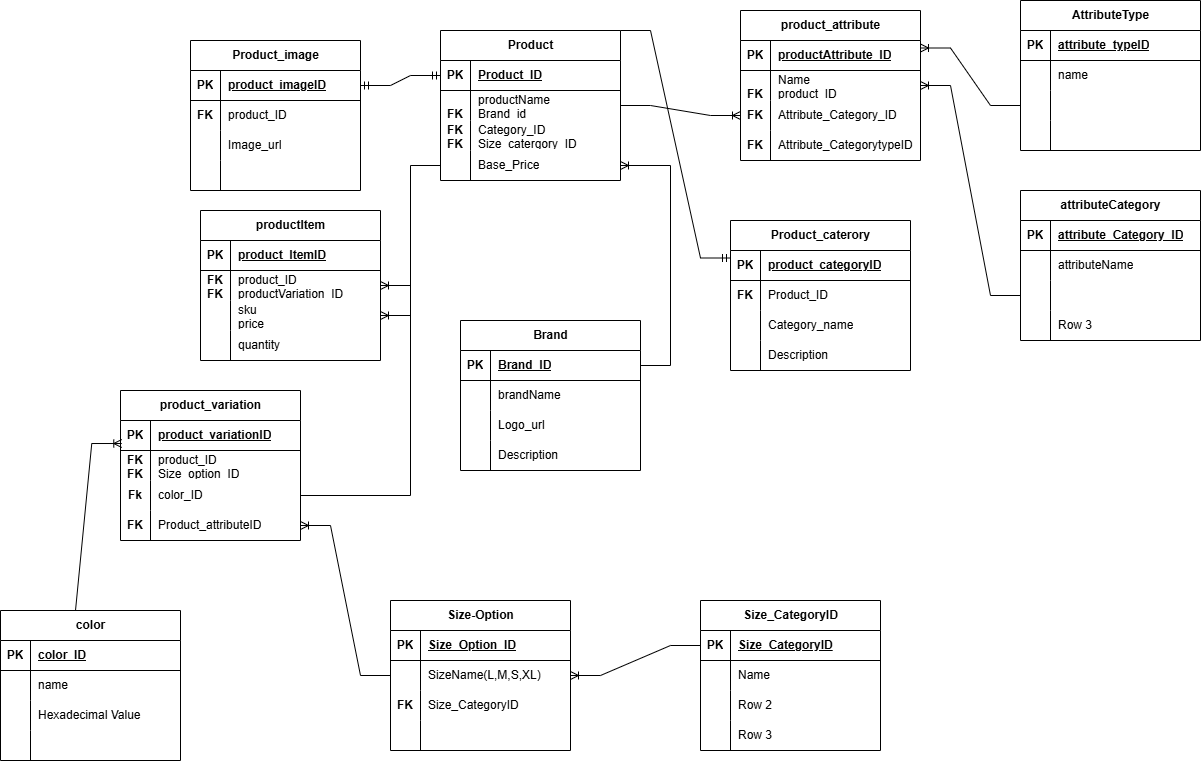
Before: assets/files/e-commerceERD.drawio.png, a diagram exported from draw.io (LisanzaTabby/LisanzaPortfolio). Source tidied: cells renumbered, new cells last; positions are measured from the earlier drawing's top-left corner, leaving out a move shared by most shapes.
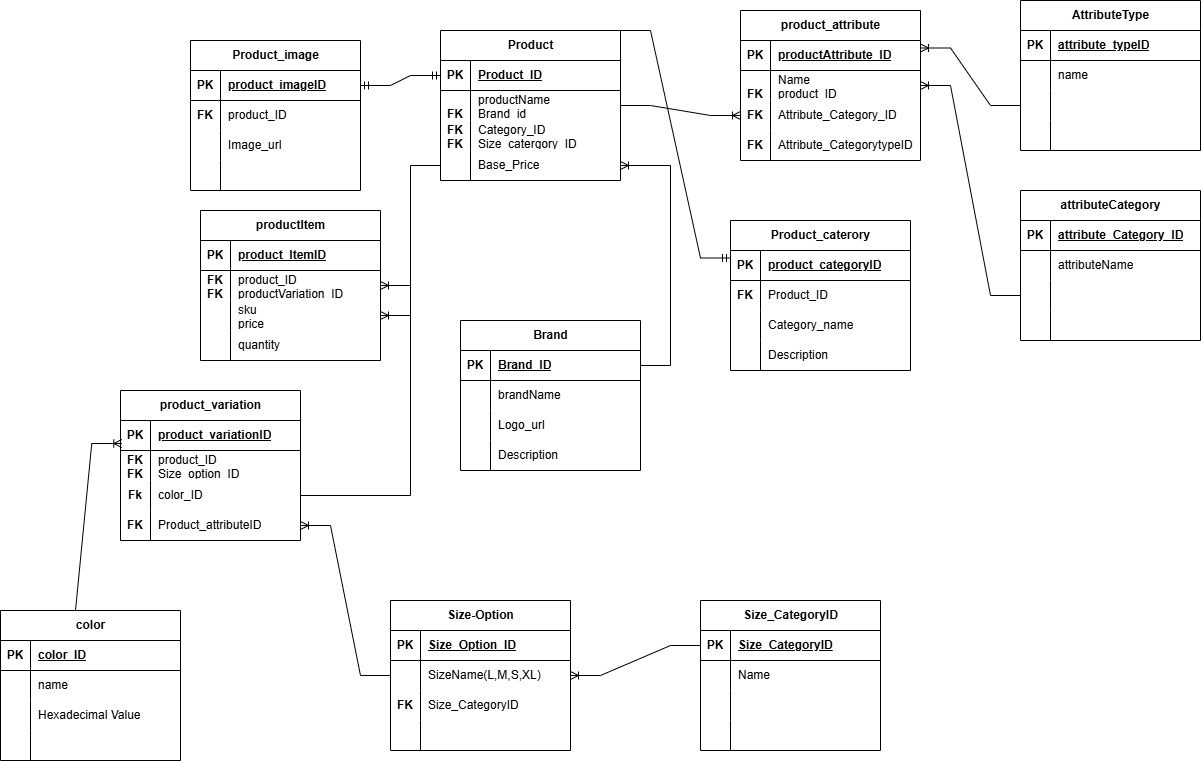
Above is the later version.

The edit, as a diff of the source:
```diff
@@ -263,7 +263,7 @@
     <mxCell id="88" style="shape=partialRectangle;fillColor=none;top=0;left=0;bottom=0;right=0;overflow=hidden;whiteSpace=wrap;html=1;" parent="87" vertex="1">
       <mxGeometry width="30" height="30" as="geometry" />
     </mxCell>
-    <mxCell id="89" value="Row 2" style="shape=partialRectangle;fillColor=none;top=0;left=0;bottom=0;right=0;align=left;spacingLeft=6;overflow=hidden;whiteSpace=wrap;html=1;" parent="87" vertex="1">
+    <mxCell id="89" style="shape=partialRectangle;fillColor=none;top=0;left=0;bottom=0;right=0;align=left;spacingLeft=6;overflow=hidden;whiteSpace=wrap;html=1;" parent="87" vertex="1">
       <mxGeometry x="30" width="150" height="30" as="geometry" />
     </mxCell>
     <mxCell id="90" style="shape=tableRow;horizontal=0;startSize=0;swimlaneHead=0;swimlaneBody=0;fillColor=none;top=0;left=0;right=0;bottom=0;" parent="80" vertex="1">
@@ -272,7 +272,7 @@
     <mxCell id="91" style="shape=partialRectangle;fillColor=none;top=0;left=0;bottom=0;right=0;overflow=hidden;whiteSpace=wrap;html=1;" parent="90" vertex="1">
       <mxGeometry width="30" height="30" as="geometry" />
     </mxCell>
-    <mxCell id="92" value="Row 3" style="shape=partialRectangle;fillColor=none;top=0;left=0;bottom=0;right=0;align=left;spacingLeft=6;overflow=hidden;whiteSpace=wrap;html=1;" parent="90" vertex="1">
+    <mxCell id="92" style="shape=partialRectangle;fillColor=none;top=0;left=0;bottom=0;right=0;align=left;spacingLeft=6;overflow=hidden;whiteSpace=wrap;html=1;" parent="90" vertex="1">
       <mxGeometry x="30" width="150" height="30" as="geometry" />
     </mxCell>
     <mxCell id="93" value="Size-Option" style="shape=table;startSize=30;rowLines=0;fontStyle=1;align=center;html=1;" parent="1" vertex="1">
@@ -428,7 +428,7 @@
     <mxCell id="143" style="shape=partialRectangle;fillColor=none;top=0;left=0;bottom=0;right=0;overflow=hidden;whiteSpace=wrap;html=1;" parent="142" vertex="1">
       <mxGeometry width="30" height="30" as="geometry" />
     </mxCell>
-    <mxCell id="144" value="Row 3" style="shape=partialRectangle;fillColor=none;top=0;left=0;bottom=0;right=0;align=left;spacingLeft=6;overflow=hidden;whiteSpace=wrap;html=1;" parent="142" vertex="1">
+    <mxCell id="144" style="shape=partialRectangle;fillColor=none;top=0;left=0;bottom=0;right=0;align=left;spacingLeft=6;overflow=hidden;whiteSpace=wrap;html=1;" parent="142" vertex="1">
       <mxGeometry x="30" width="150" height="30" as="geometry" />
     </mxCell>
     <mxCell id="145" value="productItem" style="shape=table;startSize=30;rowLines=0;fontStyle=1;align=center;html=1;" parent="1" vertex="1">
```
